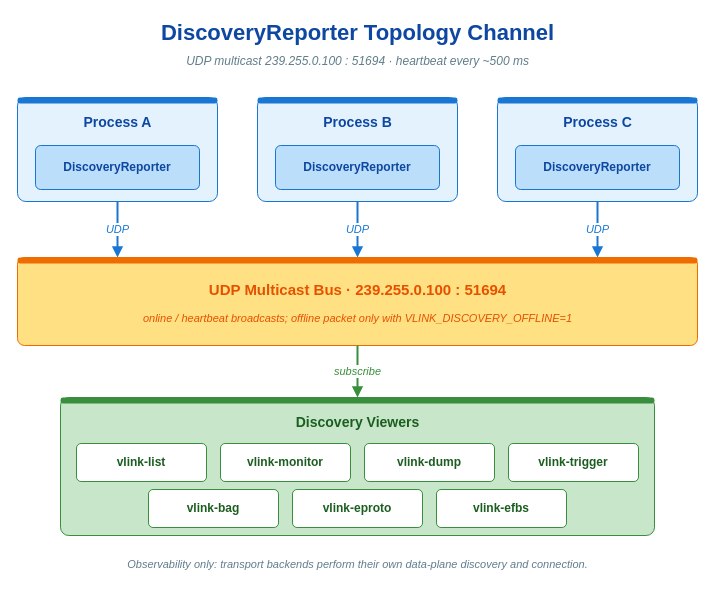
The draw.io diagram doc/images/discovery-network.drawio in thun-res/vlink, before the edit. Source tidied: cells renumbered, new cells numbered last; positions are measured from the earlier drawing's top-left corner, leaving out a move shared by most shapes. Both pictures are drawn from the tidied source at 100%, with x=0, y=0 at pixel (17, 17).
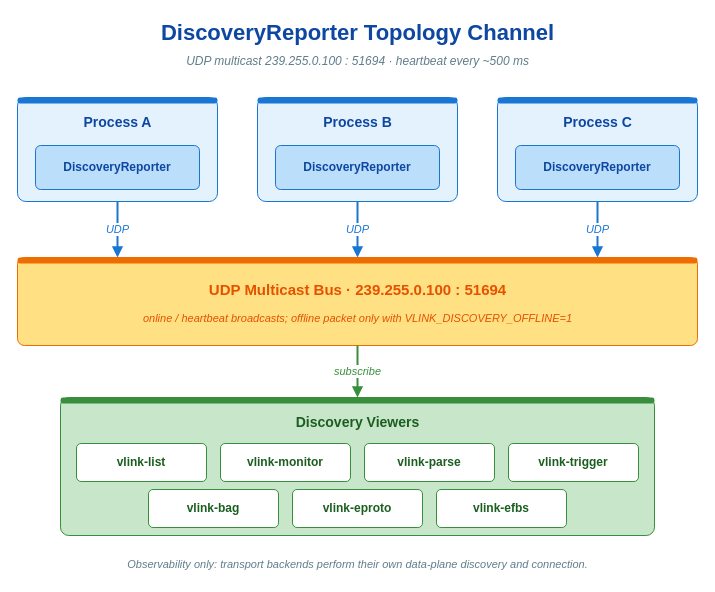
The same diagram, later.

What changed in the source:
```diff
@@
-    <mxCell id="29" value="vlink-dump" style="rounded=1;whiteSpace=wrap;html=1;fillColor=#ffffff;strokeColor=#388e3c;fontSize=12;fontFamily=Helvetica;fontStyle=1;fontColor=#1b5e20;shadow=0;arcSize=12;" parent="1" vertex="1">
-      <mxGeometry x="347" y="426" width="130" height="38" as="geometry" />
-    </mxCell>
+    <mxCell id="35" value="vlink-parse" style="rounded=1;whiteSpace=wrap;html=1;fillColor=#ffffff;strokeColor=#388e3c;fontSize=12;fontFamily=Helvetica;fontStyle=1;fontColor=#1b5e20;shadow=0;arcSize=12;" parent="1" vertex="1">
+      <mxGeometry x="347" y="426" width="130" height="38" as="geometry" />
+    </mxCell>
```
